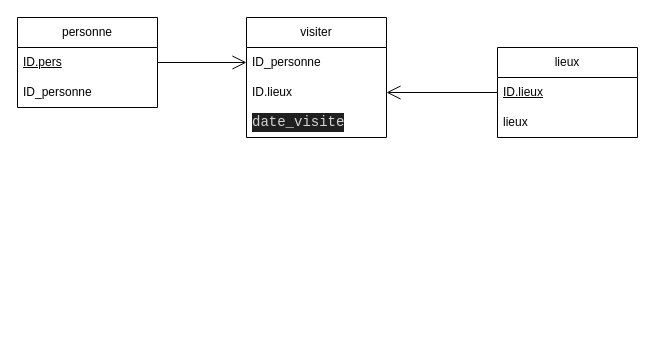
This is DB/Diagramme_DB.drawio from lenymory09/2025-PO-PeopleTracking, a draw.io file, before an edit. Source tidied: cells renumbered, new cells numbered last; positions are measured from the earlier drawing's top-left corner, leaving out a move shared by most shapes. Both pictures are drawn from the tidied source at 100%, with x=0, y=0 at pixel (17, 17).
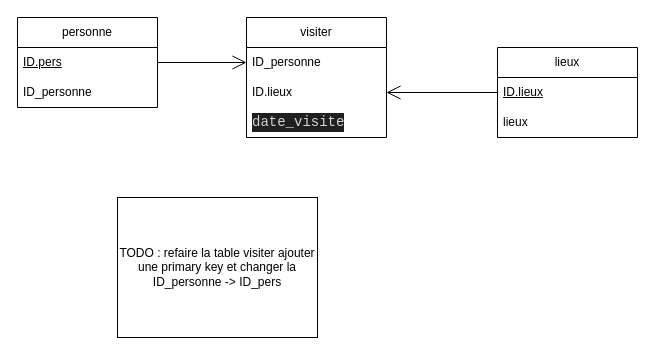
Above is the later version.

The edit, as a diff of the source:
```diff
@@
 <mxGraphModel>
   <root>
     <mxCell id="0" />
     <mxCell id="1" parent="0" />
     <mxCell id="2" value="personne" style="swimlane;fontStyle=0;horizontal=1;startSize=30;whiteSpace=wrap;html=1;" parent="1" vertex="1">
       <mxGeometry width="140" height="90" as="geometry" />
     </mxCell>
     <mxCell id="3" value="&lt;u&gt;ID.pers&lt;/u&gt;" style="text;strokeColor=none;fillColor=none;align=left;verticalAlign=middle;spacingLeft=4;spacingRight=4;overflow=hidden;points=[[0,0.5],[1,0.5]];portConstraint=eastwest;whiteSpace=wrap;html=1;" parent="2" vertex="1">
       <mxGeometry y="30" width="140" height="30" as="geometry" />
     </mxCell>
     <mxCell id="4" value="ID_personne" style="text;strokeColor=none;fillColor=none;align=left;verticalAlign=middle;spacingLeft=4;spacingRight=4;overflow=hidden;whiteSpace=wrap;html=1;" parent="2" vertex="1">
       <mxGeometry y="60" width="140" height="30" as="geometry" />
     </mxCell>
     <mxCell id="5" value="lieux" style="swimlane;fontStyle=0;horizontal=1;startSize=30;whiteSpace=wrap;html=1;" parent="1" vertex="1">
       <mxGeometry x="480" y="30" width="140" height="90" as="geometry" />
     </mxCell>
     <mxCell id="6" value="&lt;u&gt;ID.lieux&lt;/u&gt;" style="text;strokeColor=none;fillColor=none;align=left;verticalAlign=middle;spacingLeft=4;spacingRight=4;overflow=hidden;points=[[0,0.5],[1,0.5]];portConstraint=eastwest;whiteSpace=wrap;html=1;" parent="5" vertex="1">
       <mxGeometry y="30" width="140" height="30" as="geometry" />
     </mxCell>
     <mxCell id="7" value="lieux" style="text;strokeColor=none;fillColor=none;align=left;verticalAlign=middle;spacingLeft=4;spacingRight=4;overflow=hidden;whiteSpace=wrap;html=1;" parent="5" vertex="1">
       <mxGeometry y="60" width="140" height="30" as="geometry" />
     </mxCell>
     <mxCell id="8" value="visiter" style="swimlane;fontStyle=0;horizontal=1;startSize=30;whiteSpace=wrap;html=1;" parent="1" vertex="1">
       <mxGeometry x="229" width="140" height="120" as="geometry" />
     </mxCell>
     <mxCell id="9" value="ID_personne" style="text;strokeColor=none;fillColor=none;align=left;verticalAlign=middle;spacingLeft=4;spacingRight=4;overflow=hidden;points=[[0,0.5],[1,0.5]];portConstraint=eastwest;whiteSpace=wrap;html=1;" parent="8" vertex="1">
       <mxGeometry y="30" width="140" height="30" as="geometry" />
     </mxCell>
     <mxCell id="10" value="ID.lieux" style="text;strokeColor=none;fillColor=none;align=left;verticalAlign=middle;spacingLeft=4;spacingRight=4;overflow=hidden;points=[[0,0.5],[1,0.5]];portConstraint=eastwest;whiteSpace=wrap;html=1;" parent="8" vertex="1">
       <mxGeometry y="60" width="140" height="30" as="geometry" />
     </mxCell>
     <mxCell id="11" value="&lt;div style=&quot;color: rgb(204, 204, 204); background-color: rgb(31, 31, 31); font-family: Consolas, &amp;quot;Courier New&amp;quot;, monospace; font-size: 14px; line-height: 19px; white-space: pre;&quot;&gt;&lt;span style=&quot;color: #d4d4d4;&quot;&gt;date_visite&lt;/span&gt;&lt;/div&gt;" style="text;strokeColor=none;fillColor=none;align=left;verticalAlign=middle;spacingLeft=4;spacingRight=4;overflow=hidden;whiteSpace=wrap;html=1;" parent="8" vertex="1">
       <mxGeometry y="90" width="140" height="30" as="geometry" />
     </mxCell>
     <mxCell id="12" style="endArrow=open;endFill=1;endSize=12;html=1;rounded=0;entryX=0;entryY=0.5;entryDx=0;entryDy=0;exitX=1;exitY=0.5;exitDx=0;exitDy=0;" parent="1" edge="1" source="3" target="9">
       <mxGeometry relative="1" as="geometry" />
     </mxCell>
     <mxCell id="13" style="endArrow=open;endFill=1;endSize=12;html=1;rounded=0;entryX=1;entryY=0.5;entryDx=0;entryDy=0;exitX=0;exitY=0.5;exitDx=0;exitDy=0;" parent="1" edge="1" source="6" target="10">
       <mxGeometry relative="1" as="geometry" />
     </mxCell>
+    <mxCell id="14" value="TODO : refaire la table visiter ajouter une primary key et changer la ID_personne -&amp;gt; ID_pers" style="rounded=0;whiteSpace=wrap;html=1;" parent="1" vertex="1">
+      <mxGeometry x="100" y="180" width="200" height="140" as="geometry" />
+    </mxCell>
   </root>
 </mxGraphModel>
```
